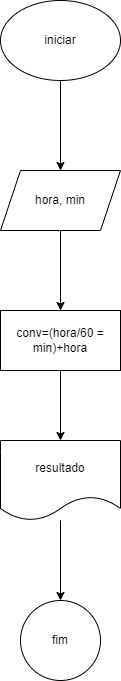
Earlier version of the draw.io export variaveisoperadoresaritmetricos/convminehora.drawio.png (victorianuness/PA-2025). Source tidied: cells renumbered, new cells last; positions are measured from the earlier drawing's top-left corner, leaving out a move shared by most shapes.
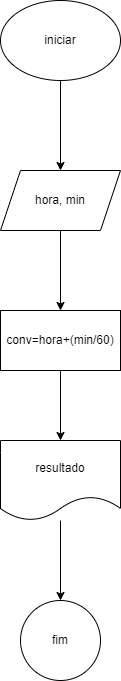
The same diagram one commit later.

What changed in the source:
```diff
@@ -17,7 +17,7 @@
     <mxCell id="6" style="edgeStyle=orthogonalEdgeStyle;rounded=0;jettySize=auto;html=1;" parent="1" edge="1" source="7" target="9">
       <mxGeometry relative="1" as="geometry" />
     </mxCell>
-    <mxCell id="7" value="conv=(hora/60 = min)+hora" style="whiteSpace=wrap;html=1;" parent="1" vertex="1">
+    <mxCell id="7" value="conv=hora+(min/60)" style="whiteSpace=wrap;html=1;" parent="1" vertex="1">
       <mxGeometry y="310" width="120" height="60" as="geometry" />
     </mxCell>
     <mxCell id="8" style="edgeStyle=orthogonalEdgeStyle;rounded=0;jettySize=auto;html=1;" parent="1" edge="1" source="9" target="10">
```
